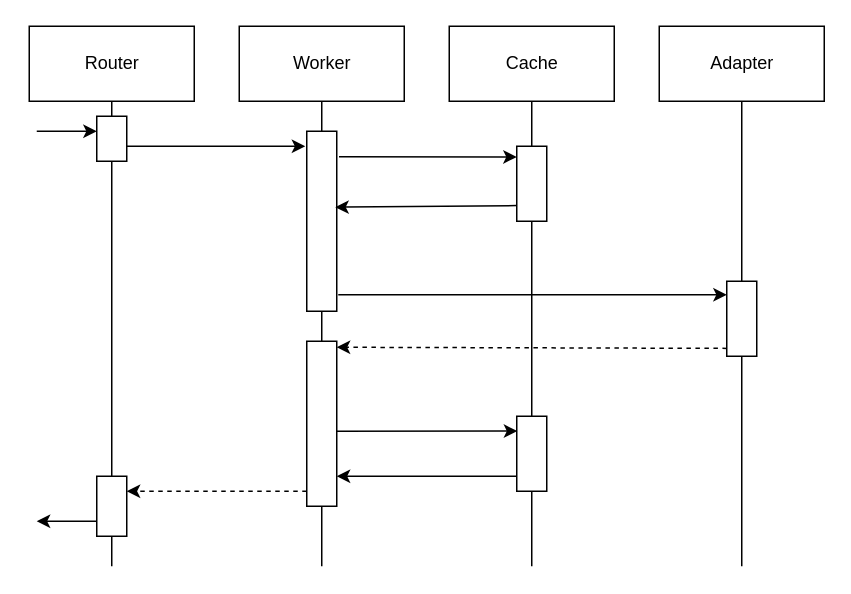
Above: Untitled Diagram.drawio in rg-boy/uml (draw.io), before the change. Source tidied: cells renumbered, new cells numbered last; positions are measured from the earlier drawing's top-left corner, leaving out a move shared by most shapes. Both pictures are drawn from the tidied source at 150%, with x=0, y=0 at pixel (28, 26).
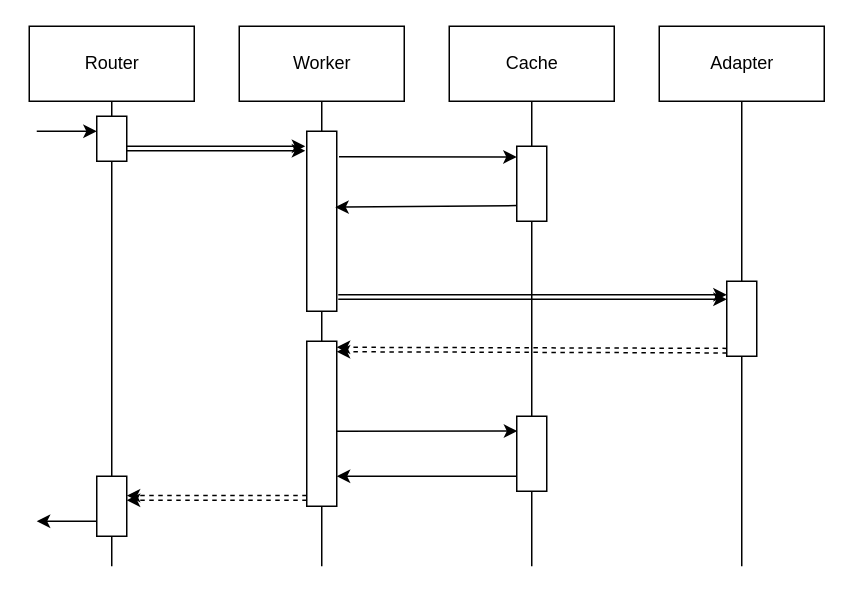
The same page after the edit.

Unchanged cells that the change refers to:
```xml
<mxCell id="12" style="rounded=0;whiteSpace=wrap;html=1;" parent="1" vertex="1">
  <mxGeometry x="45" y="60" width="20" height="30" as="geometry" />
</mxCell>
<mxCell id="20" style="rounded=0;whiteSpace=wrap;html=1;" parent="1" vertex="1">
  <mxGeometry x="185" y="210" width="20" height="110" as="geometry" />
</mxCell>
```

Diff of the diagram source:
```diff
@@
-    <mxCell id="10" style="endArrow=classic;html=1;" parent="1" edge="1">
-      <mxGeometry relative="1" as="geometry">
-        <mxPoint x="55" y="80" as="sourcePoint" />
-        <mxPoint x="184" y="80" as="targetPoint" />
-      </mxGeometry>
-    </mxCell>
@@
-    <mxCell id="24" style="endArrow=classic;html=1;dashed=1;exitX=0;exitY=0.909;exitDx=0;exitDy=0;exitPerimeter=0;" parent="1" edge="1" source="20">
-      <mxGeometry relative="1" as="geometry">
-        <mxPoint x="65" y="310" as="targetPoint" />
-      </mxGeometry>
-    </mxCell>
@@
+    <mxCell id="31" style="endArrow=classic;html=1;exitX=0.989;exitY=0.667;exitDx=0;exitDy=0;exitPerimeter=0;" parent="1" edge="1" source="12">
+      <mxGeometry relative="1" as="geometry">
+        <mxPoint x="184" y="80" as="targetPoint" />
+      </mxGeometry>
+    </mxCell>
+    <mxCell id="32" style="endArrow=classic;html=1;exitX=0.989;exitY=0.667;exitDx=0;exitDy=0;exitPerimeter=0;" parent="1" edge="1">
+      <mxGeometry relative="1" as="geometry">
+        <mxPoint x="64.8" y="83" as="sourcePoint" />
+        <mxPoint x="184" y="83" as="targetPoint" />
+      </mxGeometry>
+    </mxCell>
+    <mxCell id="33" style="endArrow=classic;html=1;dashed=1;exitX=0;exitY=0.909;exitDx=0;exitDy=0;exitPerimeter=0;" parent="1" edge="1">
+      <mxGeometry relative="1" as="geometry">
+        <mxPoint x="185" y="316" as="sourcePoint" />
+        <mxPoint x="65" y="316" as="targetPoint" />
+      </mxGeometry>
+    </mxCell>
+    <mxCell id="34" style="endArrow=classic;html=1;dashed=1;exitX=0;exitY=0.909;exitDx=0;exitDy=0;exitPerimeter=0;" parent="1" edge="1">
+      <mxGeometry relative="1" as="geometry">
+        <mxPoint x="185" y="312.9" as="sourcePoint" />
+        <mxPoint x="65" y="312.9" as="targetPoint" />
+      </mxGeometry>
+    </mxCell>
+    <mxCell id="35" style="endArrow=classic;html=1;" parent="1" edge="1">
+      <mxGeometry relative="1" as="geometry">
+        <mxPoint x="206" y="182" as="sourcePoint" />
+        <mxPoint x="465" y="182" as="targetPoint" />
+      </mxGeometry>
+    </mxCell>
+    <mxCell id="36" style="endArrow=classic;html=1;dashed=1;exitX=0.006;exitY=0.895;exitDx=0;exitDy=0;exitPerimeter=0;" parent="1" edge="1">
+      <mxGeometry relative="1" as="geometry">
+        <mxPoint x="465.1" y="217.8" as="sourcePoint" />
+        <mxPoint x="205" y="217" as="targetPoint" />
+      </mxGeometry>
+    </mxCell>
```
